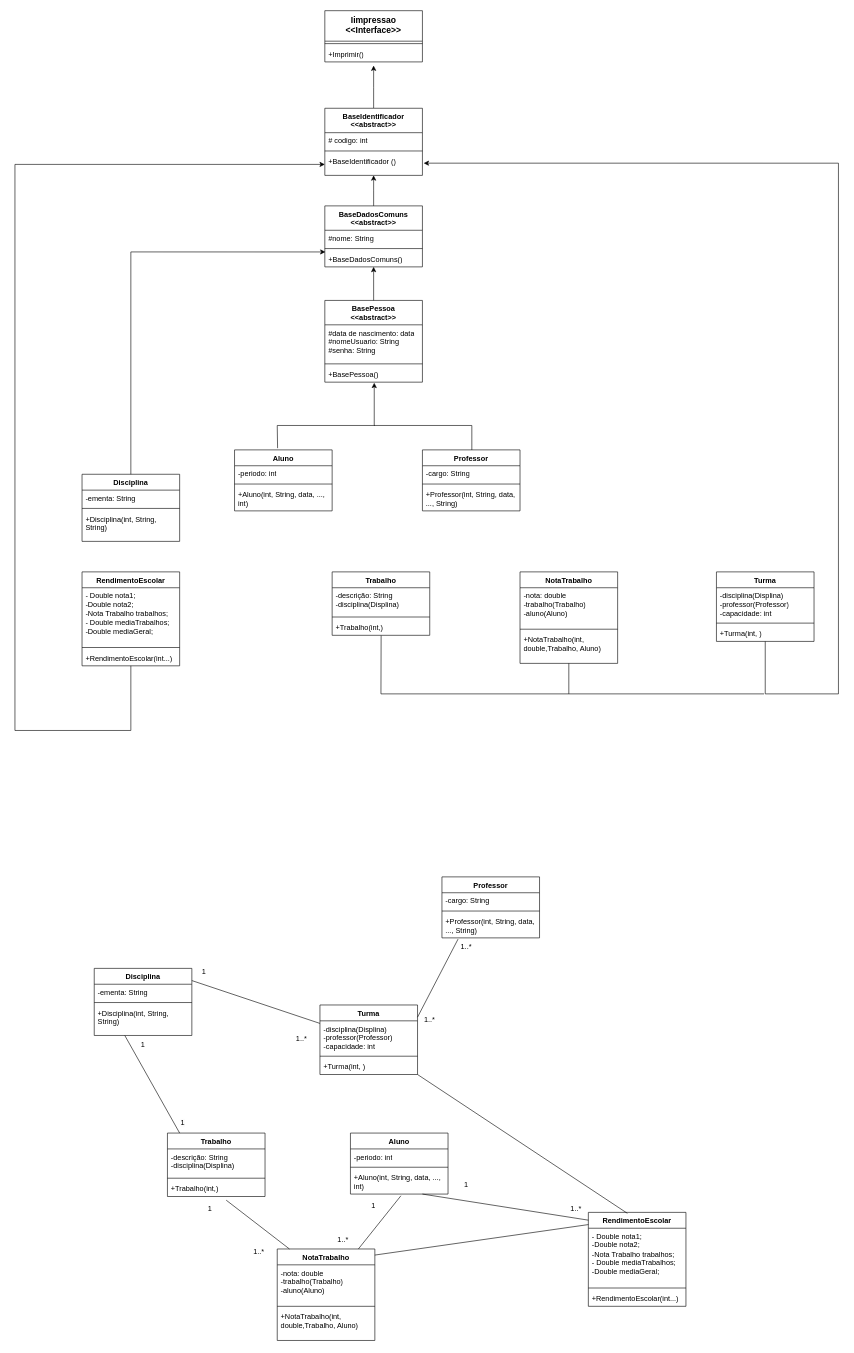
Before: diagramas/DominioControleAcademico.drawio in TrabalhoPoo2023/Sistema_Controle_Academico, a draw.io diagram. Source tidied: cells renumbered, new cells numbered last; positions are measured from the earlier drawing's top-left corner, leaving out a move shared by most shapes. Both pictures are drawn from the tidied source at 61%, with x=0, y=0 at pixel (15, 10).
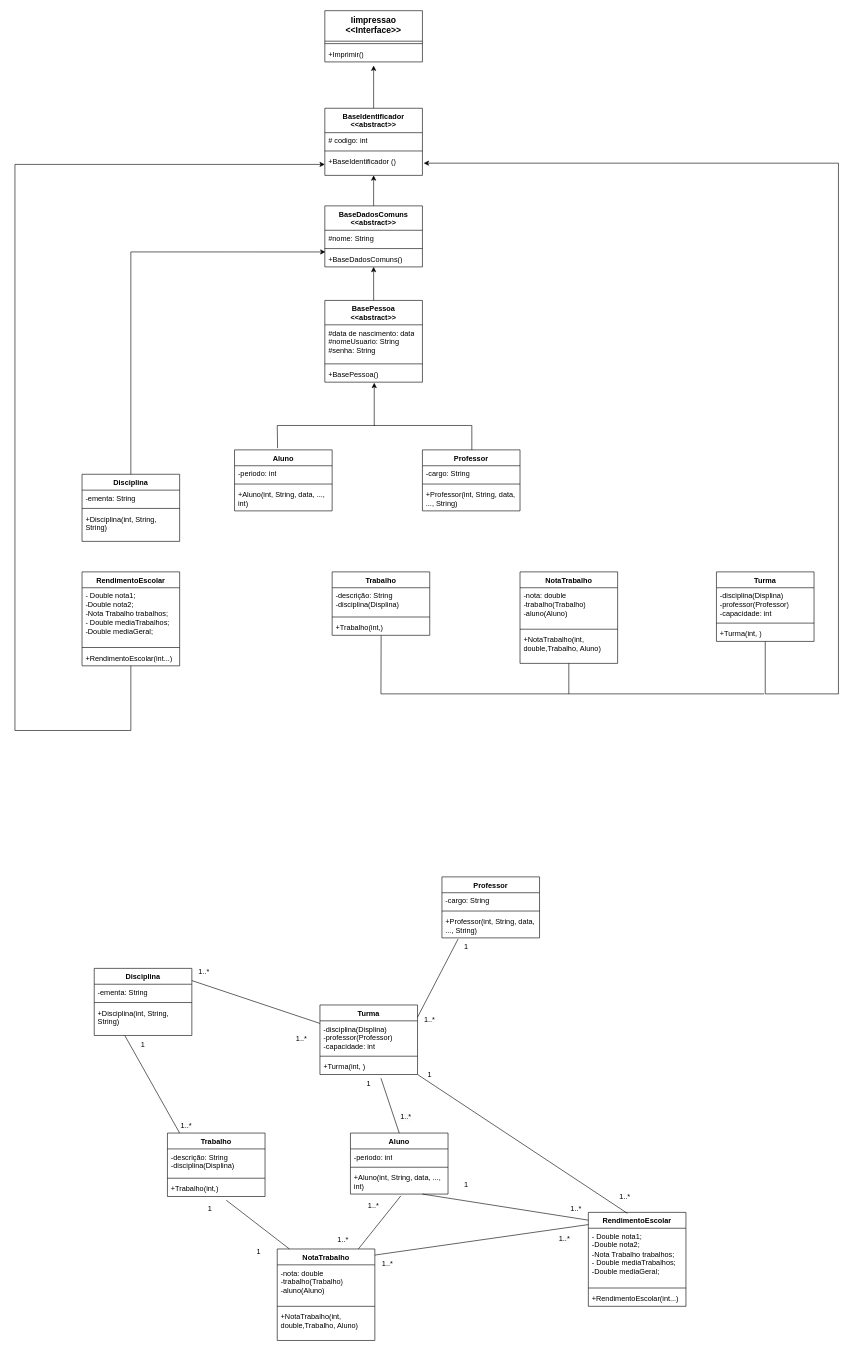
Above is the later version.

Unchanged cells that the change refers to:
```xml
<mxCell id="57" value="Aluno" style="swimlane;fontStyle=1;align=center;verticalAlign=top;horizontal=1;startSize=26;whiteSpace=wrap;html=1;" parent="1" vertex="1">
  <mxGeometry x="550" y="1840" width="160" height="100" as="geometry" />
</mxCell>
<mxCell id="72" value="+Turma(int, )" style="text;strokeColor=none;fillColor=none;align=left;verticalAlign=top;spacingLeft=4;spacingRight=4;overflow=hidden;points=[[0,0.5],[1,0.5]];portConstraint=eastwest;whiteSpace=wrap;html=1;" parent="69" vertex="1">
  <mxGeometry y="88" width="160" height="26" as="geometry" />
</mxCell>
```

Change to the diagram source:
```diff
@@
-    <mxCell id="93" value="1..*" style="text;html=1;strokeColor=none;fillColor=none;align=center;verticalAlign=middle;whiteSpace=wrap;rounded=0;" parent="1" vertex="1">
+    <mxCell id="93" value="1" style="text;html=1;strokeColor=none;fillColor=none;align=center;verticalAlign=middle;whiteSpace=wrap;rounded=0;" parent="1" vertex="1">
       <mxGeometry x="710" y="1520" width="60" height="30" as="geometry" />
     </mxCell>
@@
-    <mxCell id="96" value="1" style="text;html=1;strokeColor=none;fillColor=none;align=center;verticalAlign=middle;whiteSpace=wrap;rounded=0;" parent="1" vertex="1">
+    <mxCell id="96" value="1..*" style="text;html=1;strokeColor=none;fillColor=none;align=center;verticalAlign=middle;whiteSpace=wrap;rounded=0;" parent="1" vertex="1">
       <mxGeometry x="280" y="1560" width="60" height="30" as="geometry" />
     </mxCell>
@@
-    <mxCell id="98" value="1" style="text;html=1;strokeColor=none;fillColor=none;align=center;verticalAlign=middle;whiteSpace=wrap;rounded=0;" parent="1" vertex="1">
+    <mxCell id="98" value="1..*" style="text;html=1;strokeColor=none;fillColor=none;align=center;verticalAlign=middle;whiteSpace=wrap;rounded=0;" parent="1" vertex="1">
       <mxGeometry x="558" y="1944" width="60" height="30" as="geometry" />
     </mxCell>
@@
-    <mxCell id="102" value="1..*" style="text;html=1;strokeColor=none;fillColor=none;align=center;verticalAlign=middle;whiteSpace=wrap;rounded=0;" parent="1" vertex="1">
+    <mxCell id="102" value="1" style="text;html=1;strokeColor=none;fillColor=none;align=center;verticalAlign=middle;whiteSpace=wrap;rounded=0;" parent="1" vertex="1">
       <mxGeometry x="370" y="2020" width="60" height="30" as="geometry" />
     </mxCell>
@@
-    <mxCell id="104" value="&lt;span style=&quot;color: rgb(0, 0, 0); font-family: Helvetica; font-size: 12px; font-style: normal; font-variant-ligatures: normal; font-variant-caps: normal; font-weight: 400; letter-spacing: normal; orphans: 2; text-align: center; text-indent: 0px; text-transform: none; widows: 2; word-spacing: 0px; -webkit-text-stroke-width: 0px; background-color: rgb(251, 251, 251); text-decoration-thickness: initial; text-decoration-style: initial; text-decoration-color: initial; float: none; display: inline !important;&quot;&gt;1&lt;/span&gt;" style="text;whiteSpace=wrap;html=1;" parent="1" vertex="1">
-      <mxGeometry x="270" y="1810" width="40" height="30" as="geometry" />
+    <mxCell id="104" value="&#10;&lt;span style=&quot;color: rgb(0, 0, 0); font-family: Helvetica; font-size: 12px; font-style: normal; font-variant-ligatures: normal; font-variant-caps: normal; font-weight: 400; letter-spacing: normal; orphans: 2; text-align: center; text-indent: 0px; text-transform: none; widows: 2; word-spacing: 0px; -webkit-text-stroke-width: 0px; background-color: rgb(251, 251, 251); text-decoration-thickness: initial; text-decoration-style: initial; text-decoration-color: initial; float: none; display: inline !important;&quot;&gt;1..*&lt;/span&gt;&#10;&#10;" style="text;whiteSpace=wrap;html=1;" parent="1" vertex="1">
+      <mxGeometry x="270" y="1800" width="40" height="30" as="geometry" />
     </mxCell>
+    <mxCell id="105" style="endArrow=none;html=1;rounded=0;entryX=0.5;entryY=0;entryDx=0;entryDy=0;exitX=0.625;exitY=1.231;exitDx=0;exitDy=0;exitPerimeter=0;" parent="1" edge="1" source="72" target="57">
+      <mxGeometry relative="1" as="geometry" />
+    </mxCell>
+    <mxCell id="106" value="1" style="text;html=1;strokeColor=none;fillColor=none;align=center;verticalAlign=middle;whiteSpace=wrap;rounded=0;" parent="1" vertex="1">
+      <mxGeometry x="550" y="1744" width="60" height="30" as="geometry" />
+    </mxCell>
+    <mxCell id="107" value="&lt;span style=&quot;color: rgb(0, 0, 0); font-family: Helvetica; font-size: 12px; font-style: normal; font-variant-ligatures: normal; font-variant-caps: normal; font-weight: 400; letter-spacing: normal; orphans: 2; text-align: center; text-indent: 0px; text-transform: none; widows: 2; word-spacing: 0px; -webkit-text-stroke-width: 0px; background-color: rgb(251, 251, 251); text-decoration-thickness: initial; text-decoration-style: initial; text-decoration-color: initial; float: none; display: inline !important;&quot;&gt;1..*&lt;/span&gt;" style="text;whiteSpace=wrap;html=1;" parent="1" vertex="1">
+      <mxGeometry x="630" y="1800" width="50" height="30" as="geometry" />
+    </mxCell>
+    <mxCell id="108" value="1..*" style="text;whiteSpace=wrap;html=1;" parent="1" vertex="1">
+      <mxGeometry x="600" y="2040" width="50" height="40" as="geometry" />
+    </mxCell>
+    <mxCell id="109" value="&lt;span style=&quot;color: rgb(0, 0, 0); font-family: Helvetica; font-size: 12px; font-style: normal; font-variant-ligatures: normal; font-variant-caps: normal; font-weight: 400; letter-spacing: normal; orphans: 2; text-align: center; text-indent: 0px; text-transform: none; widows: 2; word-spacing: 0px; -webkit-text-stroke-width: 0px; background-color: rgb(251, 251, 251); text-decoration-thickness: initial; text-decoration-style: initial; text-decoration-color: initial; float: none; display: inline !important;&quot;&gt;1..*&lt;/span&gt;" style="text;whiteSpace=wrap;html=1;" parent="1" vertex="1">
+      <mxGeometry x="890" y="2000" width="50" height="40" as="geometry" />
+    </mxCell>
+    <mxCell id="110" value="1" style="text;html=1;strokeColor=none;fillColor=none;align=center;verticalAlign=middle;whiteSpace=wrap;rounded=0;" parent="1" vertex="1">
+      <mxGeometry x="650" y="1730" width="60" height="30" as="geometry" />
+    </mxCell>
+    <mxCell id="111" value="1..*" style="text;html=1;strokeColor=none;fillColor=none;align=center;verticalAlign=middle;whiteSpace=wrap;rounded=0;" parent="1" vertex="1">
+      <mxGeometry x="970" y="1930" width="60" height="30" as="geometry" />
+    </mxCell>
```
